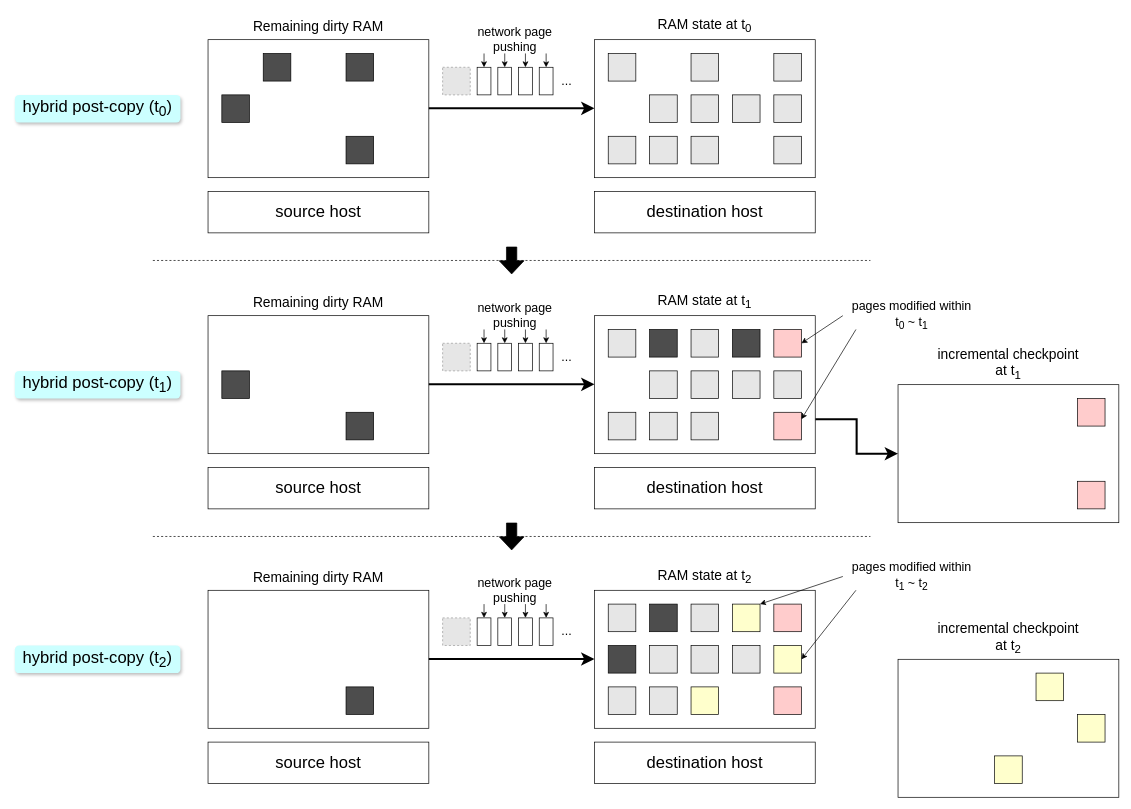
The draw.io diagram final/incremental checkpoint's challenge.drawio in xuyizhe1999/drawio, before the edit. Source tidied: cells renumbered, new cells numbered last; positions are measured from the earlier drawing's top-left corner, leaving out a move shared by most shapes. Both pictures are drawn from the tidied source at 69%, with x=0, y=0 at pixel (14, 12). Pictures stored in the file or linked from it are replaced by grey dashed boxes.
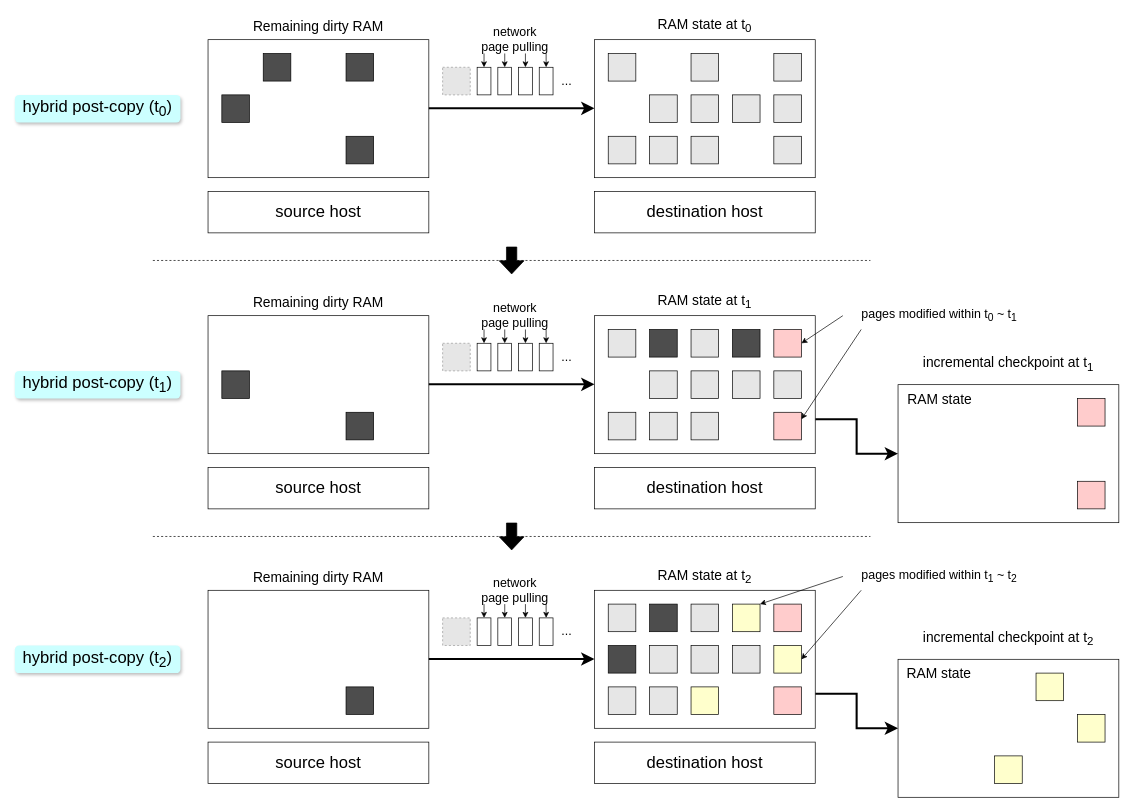
The same diagram, later.

The change refers to these unchanged cells:
```xml
<mxCell id="52" style="rounded=0;whiteSpace=wrap;html=1;" parent="1" vertex="1">
  <mxGeometry x="700" y="80" width="20" height="40" as="geometry" />
</mxCell>
<mxCell id="53" style="rounded=0;whiteSpace=wrap;html=1;" parent="1" vertex="1">
  <mxGeometry x="730" y="80" width="20" height="40" as="geometry" />
</mxCell>
<mxCell id="54" style="rounded=0;whiteSpace=wrap;html=1;" parent="1" vertex="1">
  <mxGeometry x="760" y="80" width="20" height="40" as="geometry" />
</mxCell>
<mxCell id="63" style="rounded=0;whiteSpace=wrap;html=1;" parent="1" vertex="1">
  <mxGeometry x="700" y="480" width="20" height="40" as="geometry" />
</mxCell>
<mxCell id="64" style="rounded=0;whiteSpace=wrap;html=1;" parent="1" vertex="1">
  <mxGeometry x="730" y="480" width="20" height="40" as="geometry" />
</mxCell>
<mxCell id="65" style="rounded=0;whiteSpace=wrap;html=1;" parent="1" vertex="1">
  <mxGeometry x="760" y="480" width="20" height="40" as="geometry" />
</mxCell>
<mxCell id="80" style="rounded=0;whiteSpace=wrap;html=1;" parent="1" vertex="1">
  <mxGeometry x="840" y="838" width="320" height="200" as="geometry" />
</mxCell>
<mxCell id="117" style="rounded=0;whiteSpace=wrap;html=1;" parent="1" vertex="1">
  <mxGeometry x="1280" y="938" width="320" height="200" as="geometry" />
</mxCell>
```

Change to the diagram source:
```diff
@@
-    <mxCell id="48" value="&lt;font style=&quot;font-size: 18px;&quot;&gt;pages modified within&lt;br&gt;t&lt;sub&gt;0&lt;/sub&gt; ~ t&lt;sub&gt;1&lt;/sub&gt;&lt;br&gt;&lt;/font&gt;" style="text;html=1;strokeColor=none;fillColor=none;align=center;verticalAlign=middle;whiteSpace=wrap;rounded=0;" parent="1" vertex="1">
-      <mxGeometry x="1200" y="420" width="200" height="40" as="geometry" />
+    <mxCell id="48" value="&lt;font style=&quot;font-size: 18px;&quot;&gt;pages modified within t&lt;sub&gt;0&lt;/sub&gt; ~ t&lt;sub&gt;1&lt;/sub&gt;&lt;br&gt;&lt;/font&gt;" style="text;html=1;strokeColor=none;fillColor=none;align=center;verticalAlign=middle;whiteSpace=wrap;rounded=0;" parent="1" vertex="1">
+      <mxGeometry x="1200" y="420" width="280" height="40" as="geometry" />
     </mxCell>
@@
-    <mxCell id="56" value="&lt;font style=&quot;font-size: 18px;&quot;&gt;network page pushing&lt;/font&gt;" style="text;html=1;strokeColor=none;fillColor=none;align=center;verticalAlign=middle;whiteSpace=wrap;rounded=0;" parent="1" vertex="1">
-      <mxGeometry x="650" y="20" width="150" height="40" as="geometry" />
-    </mxCell>
-    <mxCell id="57" style="endArrow=classic;html=1;rounded=0;exitX=0.2;exitY=1;exitDx=0;exitDy=0;exitPerimeter=0;" parent="1" edge="1" source="56">
+    <mxCell id="57" style="endArrow=classic;html=1;rounded=0;exitX=0.2;exitY=1;exitDx=0;exitDy=0;exitPerimeter=0;" parent="1" edge="1">
       <mxGeometry relative="1" as="geometry">
+        <mxPoint x="680" y="60" as="sourcePoint" />
         <mxPoint x="680" y="80" as="targetPoint" />
       </mxGeometry>
     </mxCell>
-    <mxCell id="58" style="endArrow=classic;html=1;rounded=0;exitX=0.4;exitY=1;exitDx=0;exitDy=0;exitPerimeter=0;entryX=0.5;entryY=0;entryDx=0;entryDy=0;" parent="1" edge="1" source="56" target="52">
-      <mxGeometry relative="1" as="geometry" />
+    <mxCell id="58" style="endArrow=classic;html=1;rounded=0;exitX=0.4;exitY=1;exitDx=0;exitDy=0;exitPerimeter=0;entryX=0.5;entryY=0;entryDx=0;entryDy=0;" parent="1" edge="1" target="52">
+      <mxGeometry relative="1" as="geometry">
+        <mxPoint x="710" y="60" as="sourcePoint" />
+      </mxGeometry>
     </mxCell>
-    <mxCell id="59" style="endArrow=classic;html=1;rounded=0;exitX=0.6;exitY=1;exitDx=0;exitDy=0;exitPerimeter=0;entryX=0.5;entryY=0;entryDx=0;entryDy=0;" parent="1" edge="1" source="56" target="53">
-      <mxGeometry relative="1" as="geometry" />
+    <mxCell id="59" style="endArrow=classic;html=1;rounded=0;exitX=0.6;exitY=1;exitDx=0;exitDy=0;exitPerimeter=0;entryX=0.5;entryY=0;entryDx=0;entryDy=0;" parent="1" edge="1" target="53">
+      <mxGeometry relative="1" as="geometry">
+        <mxPoint x="740" y="60" as="sourcePoint" />
+      </mxGeometry>
     </mxCell>
-    <mxCell id="60" style="endArrow=classic;html=1;rounded=0;exitX=0.8;exitY=1;exitDx=0;exitDy=0;exitPerimeter=0;entryX=0.5;entryY=0;entryDx=0;entryDy=0;" parent="1" edge="1" source="56" target="54">
-      <mxGeometry relative="1" as="geometry" />
+    <mxCell id="60" style="endArrow=classic;html=1;rounded=0;exitX=0.8;exitY=1;exitDx=0;exitDy=0;exitPerimeter=0;entryX=0.5;entryY=0;entryDx=0;entryDy=0;" parent="1" edge="1" target="54">
+      <mxGeometry relative="1" as="geometry">
+        <mxPoint x="770" y="60" as="sourcePoint" />
+      </mxGeometry>
     </mxCell>
@@
-    <mxCell id="67" value="&lt;font style=&quot;font-size: 18px;&quot;&gt;network page pushing&lt;/font&gt;" style="text;html=1;strokeColor=none;fillColor=none;align=center;verticalAlign=middle;whiteSpace=wrap;rounded=0;" parent="1" vertex="1">
-      <mxGeometry x="650" y="420" width="150" height="40" as="geometry" />
-    </mxCell>
-    <mxCell id="68" style="endArrow=classic;html=1;rounded=0;exitX=0.2;exitY=1;exitDx=0;exitDy=0;exitPerimeter=0;" parent="1" edge="1" source="67">
+    <mxCell id="68" style="endArrow=classic;html=1;rounded=0;exitX=0.2;exitY=1;exitDx=0;exitDy=0;exitPerimeter=0;" parent="1" edge="1">
       <mxGeometry relative="1" as="geometry">
+        <mxPoint x="680" y="460" as="sourcePoint" />
         <mxPoint x="680" y="480" as="targetPoint" />
       </mxGeometry>
     </mxCell>
-    <mxCell id="69" style="endArrow=classic;html=1;rounded=0;exitX=0.4;exitY=1;exitDx=0;exitDy=0;exitPerimeter=0;entryX=0.5;entryY=0;entryDx=0;entryDy=0;" parent="1" edge="1" source="67" target="63">
-      <mxGeometry relative="1" as="geometry" />
+    <mxCell id="69" style="endArrow=classic;html=1;rounded=0;exitX=0.4;exitY=1;exitDx=0;exitDy=0;exitPerimeter=0;entryX=0.5;entryY=0;entryDx=0;entryDy=0;" parent="1" edge="1" target="63">
+      <mxGeometry relative="1" as="geometry">
+        <mxPoint x="710" y="460" as="sourcePoint" />
+      </mxGeometry>
     </mxCell>
-    <mxCell id="70" style="endArrow=classic;html=1;rounded=0;exitX=0.6;exitY=1;exitDx=0;exitDy=0;exitPerimeter=0;entryX=0.5;entryY=0;entryDx=0;entryDy=0;" parent="1" edge="1" source="67" target="64">
-      <mxGeometry relative="1" as="geometry" />
+    <mxCell id="70" style="endArrow=classic;html=1;rounded=0;exitX=0.6;exitY=1;exitDx=0;exitDy=0;exitPerimeter=0;entryX=0.5;entryY=0;entryDx=0;entryDy=0;" parent="1" edge="1" target="64">
+      <mxGeometry relative="1" as="geometry">
+        <mxPoint x="740" y="460" as="sourcePoint" />
+      </mxGeometry>
     </mxCell>
-    <mxCell id="71" style="endArrow=classic;html=1;rounded=0;exitX=0.8;exitY=1;exitDx=0;exitDy=0;exitPerimeter=0;entryX=0.5;entryY=0;entryDx=0;entryDy=0;" parent="1" edge="1" source="67" target="65">
-      <mxGeometry relative="1" as="geometry" />
+    <mxCell id="71" style="endArrow=classic;html=1;rounded=0;exitX=0.8;exitY=1;exitDx=0;exitDy=0;exitPerimeter=0;entryX=0.5;entryY=0;entryDx=0;entryDy=0;" parent="1" edge="1" target="65">
+      <mxGeometry relative="1" as="geometry">
+        <mxPoint x="770" y="460" as="sourcePoint" />
+      </mxGeometry>
     </mxCell>
@@
+    <mxCell id="124" style="edgeStyle=orthogonalEdgeStyle;rounded=0;jettySize=auto;html=1;exitX=1;exitY=0.75;exitDx=0;exitDy=0;entryX=0;entryY=0.5;entryDx=0;entryDy=0;strokeWidth=3;endSize=10;startSize=10;" parent="1" edge="1" source="80" target="117">
+      <mxGeometry relative="1" as="geometry" />
+    </mxCell>
@@
-    <mxCell id="97" value="&lt;font style=&quot;font-size: 18px;&quot;&gt;pages modified within&lt;br&gt;t&lt;sub&gt;1&lt;/sub&gt; ~ t&lt;sub&gt;2&lt;/sub&gt;&lt;br&gt;&lt;/font&gt;" style="text;html=1;strokeColor=none;fillColor=none;align=center;verticalAlign=middle;whiteSpace=wrap;rounded=0;" parent="1" vertex="1">
-      <mxGeometry x="1200" y="798" width="200" height="40" as="geometry" />
+    <mxCell id="97" value="&lt;font style=&quot;font-size: 18px;&quot;&gt;pages modified within t&lt;sub&gt;1&lt;/sub&gt; ~ t&lt;sub&gt;2&lt;/sub&gt;&lt;br&gt;&lt;/font&gt;" style="text;html=1;strokeColor=none;fillColor=none;align=center;verticalAlign=middle;whiteSpace=wrap;rounded=0;" parent="1" vertex="1">
+      <mxGeometry x="1200" y="798" width="280" height="40" as="geometry" />
     </mxCell>
@@
-    <mxCell id="105" value="&lt;font style=&quot;font-size: 18px;&quot;&gt;network page pushing&lt;/font&gt;" style="text;html=1;strokeColor=none;fillColor=none;align=center;verticalAlign=middle;whiteSpace=wrap;rounded=0;" parent="1" vertex="1">
+    <mxCell id="105" value="&lt;font style=&quot;font-size: 18px;&quot;&gt;network&lt;br&gt;page pulling&lt;/font&gt;" style="text;html=1;strokeColor=none;fillColor=none;align=center;verticalAlign=middle;whiteSpace=wrap;rounded=0;" parent="1" vertex="1">
       <mxGeometry x="650" y="818" width="150" height="40" as="geometry" />
     </mxCell>
@@
-    <mxCell id="116" value="&lt;font style=&quot;font-size: 20px;&quot;&gt;incremental checkpoint&lt;br&gt;at t&lt;sub&gt;1&lt;/sub&gt;&lt;br&gt;&lt;/font&gt;" style="text;html=1;strokeColor=none;fillColor=none;align=center;verticalAlign=middle;whiteSpace=wrap;rounded=0;" parent="1" vertex="1">
-      <mxGeometry x="1320" y="480" width="240" height="60" as="geometry" />
+    <mxCell id="116" value="&lt;font style=&quot;font-size: 20px;&quot;&gt;incremental checkpoint at t&lt;sub&gt;1&lt;/sub&gt;&lt;br&gt;&lt;/font&gt;" style="text;html=1;strokeColor=none;fillColor=none;align=center;verticalAlign=middle;whiteSpace=wrap;rounded=0;" parent="1" vertex="1">
+      <mxGeometry x="1280" y="480" width="320" height="60" as="geometry" />
     </mxCell>
@@
-    <mxCell id="118" value="&lt;font style=&quot;font-size: 20px;&quot;&gt;incremental checkpoint&lt;br&gt;at t&lt;sub&gt;2&lt;/sub&gt;&lt;br&gt;&lt;/font&gt;" style="text;html=1;strokeColor=none;fillColor=none;align=center;verticalAlign=middle;whiteSpace=wrap;rounded=0;" parent="1" vertex="1">
-      <mxGeometry x="1320" y="878" width="240" height="60" as="geometry" />
+    <mxCell id="118" value="&lt;font style=&quot;font-size: 20px;&quot;&gt;incremental checkpoint at t&lt;sub&gt;2&lt;/sub&gt;&lt;br&gt;&lt;/font&gt;" style="text;html=1;strokeColor=none;fillColor=none;align=center;verticalAlign=middle;whiteSpace=wrap;rounded=0;" parent="1" vertex="1">
+      <mxGeometry x="1280" y="878" width="320" height="60" as="geometry" />
     </mxCell>
@@
+    <mxCell id="125" value="&lt;font style=&quot;font-size: 20px;&quot;&gt;RAM state&lt;/font&gt;" style="text;html=1;strokeColor=none;fillColor=none;align=center;verticalAlign=middle;whiteSpace=wrap;rounded=0;" parent="1" vertex="1">
+      <mxGeometry x="1281" y="540" width="119" height="40" as="geometry" />
+    </mxCell>
+    <mxCell id="126" value="&lt;font style=&quot;font-size: 20px;&quot;&gt;RAM state&lt;/font&gt;" style="text;html=1;strokeColor=none;fillColor=none;align=center;verticalAlign=middle;whiteSpace=wrap;rounded=0;" parent="1" vertex="1">
+      <mxGeometry x="1280" y="938" width="119" height="40" as="geometry" />
+    </mxCell>
+    <mxCell id="127" value="&lt;font style=&quot;font-size: 18px;&quot;&gt;network&lt;br&gt;page pulling&lt;/font&gt;" style="text;html=1;strokeColor=none;fillColor=none;align=center;verticalAlign=middle;whiteSpace=wrap;rounded=0;" parent="1" vertex="1">
+      <mxGeometry x="650" y="420" width="150" height="40" as="geometry" />
+    </mxCell>
+    <mxCell id="128" value="&lt;font style=&quot;font-size: 18px;&quot;&gt;network&lt;br&gt;page pulling&lt;/font&gt;" style="text;html=1;strokeColor=none;fillColor=none;align=center;verticalAlign=middle;whiteSpace=wrap;rounded=0;" parent="1" vertex="1">
+      <mxGeometry x="650" y="20" width="150" height="40" as="geometry" />
+    </mxCell>
```
